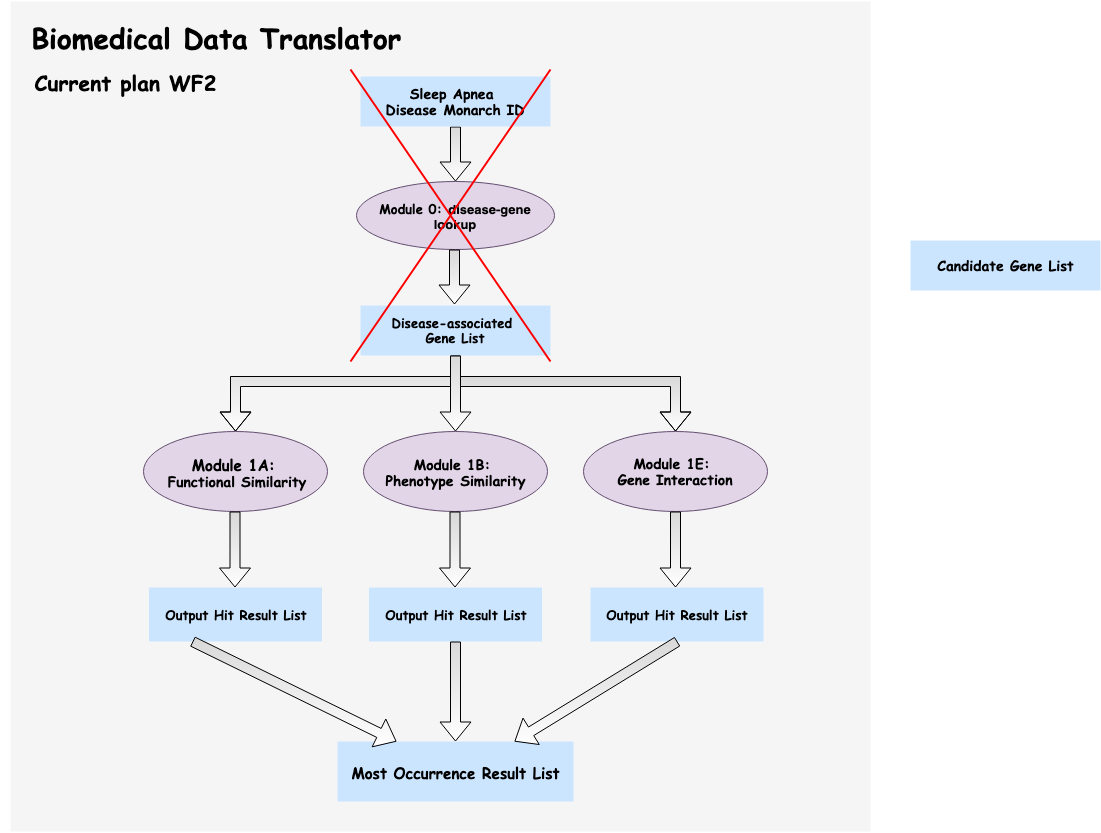
This is workflow2_diagram.png from imxiaow/SleepApnea-Presentation, a draw.io export, as it was before one commit. Source tidied: cells renumbered, new cells last; positions are measured from the earlier drawing's top-left corner, leaving out a move shared by most shapes.
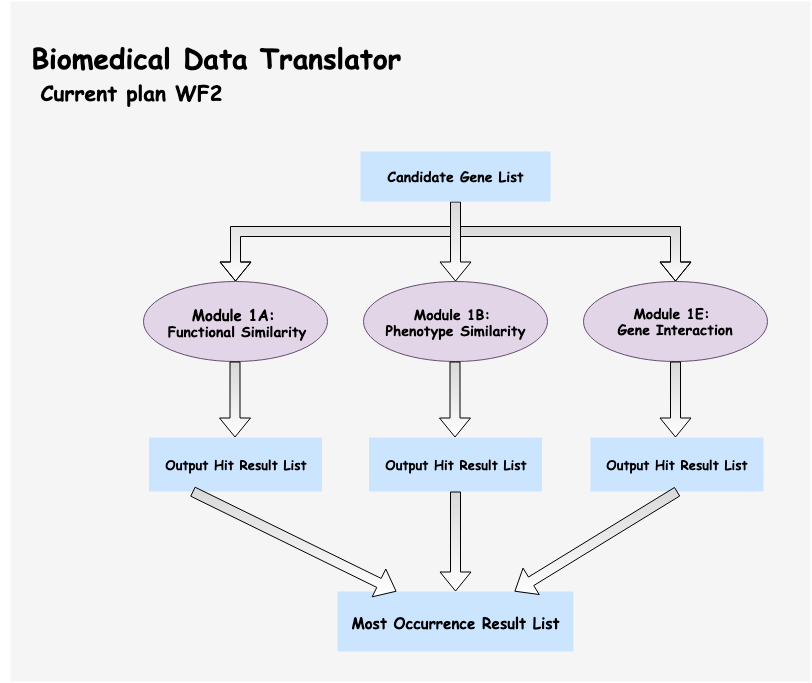
Later version of the same file.

The edit, as a diff of the source:
```diff
@@ -3,25 +3,11 @@
     <mxCell id="0" />
     <mxCell id="1" parent="0" />
     <mxCell id="2" style="rounded=0;whiteSpace=wrap;html=1;strokeColor=none;strokeWidth=3;fillColor=#f5f5f5;fontFamily=Comic Sans MS;fontColor=#333333;" parent="1" vertex="1">
-      <mxGeometry x="10" width="860" height="830" as="geometry" />
+      <mxGeometry x="10" y="150" width="800" height="680" as="geometry" />
     </mxCell>
     <mxCell id="3" value="&lt;h2 style=&quot;text-align: left&quot;&gt;&lt;font face=&quot;Comic Sans MS&quot; style=&quot;font-size: 21px&quot;&gt;Current plan WF2&amp;nbsp;&lt;/font&gt;&lt;/h2&gt;" style="text;html=1;strokeColor=none;fillColor=none;align=center;verticalAlign=middle;whiteSpace=wrap;rounded=0;" parent="1" vertex="1">
-      <mxGeometry x="30" y="60" width="200" height="40" as="geometry" />
+      <mxGeometry x="36" y="220" width="200" height="40" as="geometry" />
     </mxCell>
-    <mxCell id="4" style="edgeStyle=orthogonalEdgeStyle;rounded=0;jettySize=auto;html=1;shape=flexArrow;fillColor=#D9D9D9;gradientColor=#ffffff;" parent="1" edge="1" source="5">
-      <mxGeometry relative="1" as="geometry">
-        <mxPoint x="455" y="180" as="targetPoint" />
-      </mxGeometry>
-    </mxCell>
-    <mxCell id="5" value="&lt;h3&gt;&lt;font face=&quot;Comic Sans MS&quot;&gt;Sleep Apnea&amp;nbsp;&lt;br&gt;&lt;/font&gt;&lt;font face=&quot;Comic Sans MS&quot;&gt;Disease&amp;nbsp;&lt;span&gt;Monarch ID&lt;/span&gt;&lt;/font&gt;&lt;/h3&gt;" style="rounded=0;whiteSpace=wrap;html=1;fillColor=#cce5ff;strokeColor=none;" parent="1" vertex="1">
-      <mxGeometry x="360" y="75" width="190" height="50" as="geometry" />
-    </mxCell>
-    <mxCell id="6" value="&lt;h4 style=&quot;font-size: 13px&quot;&gt;&lt;font face=&quot;Comic Sans MS&quot; style=&quot;font-size: 13px&quot;&gt;Disease-associated&amp;nbsp;&lt;br&gt;&lt;/font&gt;&lt;font face=&quot;Comic Sans MS&quot; style=&quot;font-size: 13px&quot;&gt;Gene List&lt;/font&gt;&lt;/h4&gt;" style="rounded=0;whiteSpace=wrap;html=1;fillColor=#cce5ff;strokeColor=none;" parent="1" vertex="1">
-      <mxGeometry x="360" y="304" width="190" height="50" as="geometry" />
-    </mxCell>
-    <mxCell id="7" value="&lt;h3&gt;&lt;/h3&gt;&lt;h3 style=&quot;font-size: 13px&quot;&gt;&lt;font face=&quot;Comic Sans MS&quot; style=&quot;font-size: 13px&quot;&gt;Module 0:&amp;nbsp;&lt;/font&gt;disease-gene lookup&lt;/h3&gt;" style="ellipse;whiteSpace=wrap;html=1;fillColor=#e1d5e7;strokeColor=#654E70;gradientColor=none;" parent="1" vertex="1">
-      <mxGeometry x="356" y="180" width="198" height="68" as="geometry" />
-    </mxCell>
     <mxCell id="8" style="edgeStyle=elbowEdgeStyle;elbow=vertical;startArrow=none;endArrow=block;rounded=0;fillColor=#D9D9D9;gradientColor=#ffffff;fontFamily=Comic Sans MS;shape=flexArrow;strokeColor=#000000;" parent="1" edge="1">
       <mxGeometry relative="1" as="geometry">
         <mxPoint x="455" y="379" as="sourcePoint" />
@@ -31,8 +17,9 @@
         </Array>
       </mxGeometry>
     </mxCell>
-    <mxCell id="9" style="edgeStyle=elbowEdgeStyle;elbow=vertical;startArrow=none;endArrow=block;rounded=0;fillColor=#D9D9D9;gradientColor=#ffffff;fontFamily=Comic Sans MS;shape=flexArrow;strokeColor=#000000;exitX=0.5;exitY=1;exitDx=0;exitDy=0;" parent="1" edge="1" source="6">
+    <mxCell id="9" style="edgeStyle=elbowEdgeStyle;elbow=vertical;startArrow=none;endArrow=block;rounded=0;fillColor=#D9D9D9;gradientColor=#ffffff;fontFamily=Comic Sans MS;shape=flexArrow;strokeColor=#000000;exitX=0.5;exitY=1;exitDx=0;exitDy=0;" parent="1" edge="1">
       <mxGeometry relative="1" as="geometry">
+        <mxPoint x="455" y="354" as="sourcePoint" />
         <mxPoint x="235" y="430" as="targetPoint" />
         <Array as="points">
           <mxPoint x="340" y="380" />
@@ -49,20 +36,14 @@
       <mxGeometry x="583" y="430" width="184" height="80" as="geometry" />
     </mxCell>
     <mxCell id="13" value="&lt;h1&gt;&lt;b&gt;&lt;font face=&quot;Comic Sans MS&quot; style=&quot;font-size: 28px&quot;&gt;Biomedical Data Translator&amp;nbsp;&lt;/font&gt;&lt;/b&gt;&lt;/h1&gt;" style="text;html=1;strokeColor=none;fillColor=none;align=center;verticalAlign=middle;whiteSpace=wrap;rounded=0;" parent="1" vertex="1">
-      <mxGeometry y="20" width="445" height="30" as="geometry" />
+      <mxGeometry y="190" width="445" height="30" as="geometry" />
     </mxCell>
     <mxCell id="14" value="&lt;h4 style=&quot;font-size: 13px&quot;&gt;&lt;font face=&quot;Comic Sans MS&quot;&gt;Output Hit Result List&lt;/font&gt;&lt;/h4&gt;" style="rounded=0;whiteSpace=wrap;html=1;fillColor=#cce5ff;strokeColor=none;" parent="1" vertex="1">
       <mxGeometry x="590" y="586" width="173" height="54" as="geometry" />
     </mxCell>
-    <mxCell id="15" style="edgeStyle=orthogonalEdgeStyle;rounded=0;orthogonalLoop=1;jettySize=auto;html=1;shape=flexArrow;fillColor=#D9D9D9;gradientColor=#ffffff;" parent="1" edge="1">
-      <mxGeometry relative="1" as="geometry">
-        <mxPoint x="454" y="248" as="sourcePoint" />
-        <mxPoint x="454" y="303" as="targetPoint" />
-      </mxGeometry>
-    </mxCell>
     <mxCell id="16" style="edgeStyle=orthogonalEdgeStyle;rounded=0;orthogonalLoop=1;jettySize=auto;html=1;shape=flexArrow;fillColor=#D9D9D9;gradientColor=#ffffff;" parent="1" edge="1">
       <mxGeometry relative="1" as="geometry">
-        <mxPoint x="455" y="354" as="sourcePoint" />
+        <mxPoint x="455" y="350" as="sourcePoint" />
         <mxPoint x="455" y="430" as="targetPoint" />
       </mxGeometry>
     </mxCell>
@@ -102,11 +83,8 @@
     <mxCell id="25" style="edgeStyle=orthogonalEdgeStyle;rounded=0;jettySize=auto;html=1;shape=flexArrow;fillColor=#D9D9D9;gradientColor=#ffffff;entryX=0.5;entryY=0;entryDx=0;entryDy=0;exitX=0.5;exitY=1;exitDx=0;exitDy=0;" parent="1" edge="1" source="20" target="22">
       <mxGeometry relative="1" as="geometry" />
     </mxCell>
-    <mxCell id="26" style="shape=umlDestroy;whiteSpace=wrap;html=1;strokeWidth=2;fontColor=#FF3333;strokeColor=#FF0000;perimeterSpacing=0;gradientColor=#FF66FF;shadow=0;" parent="1" vertex="1">
-      <mxGeometry x="350" y="68" width="200" height="292" as="geometry" />
-    </mxCell>
     <mxCell id="27" value="&lt;h3&gt;&lt;font face=&quot;Comic Sans MS&quot;&gt;Candidate Gene List&lt;/font&gt;&lt;/h3&gt;" style="rounded=0;whiteSpace=wrap;html=1;fillColor=#cce5ff;strokeColor=none;" parent="1" vertex="1">
-      <mxGeometry x="910" y="239" width="190" height="50" as="geometry" />
+      <mxGeometry x="360" y="300" width="190" height="50" as="geometry" />
     </mxCell>
   </root>
 </mxGraphModel>
```
